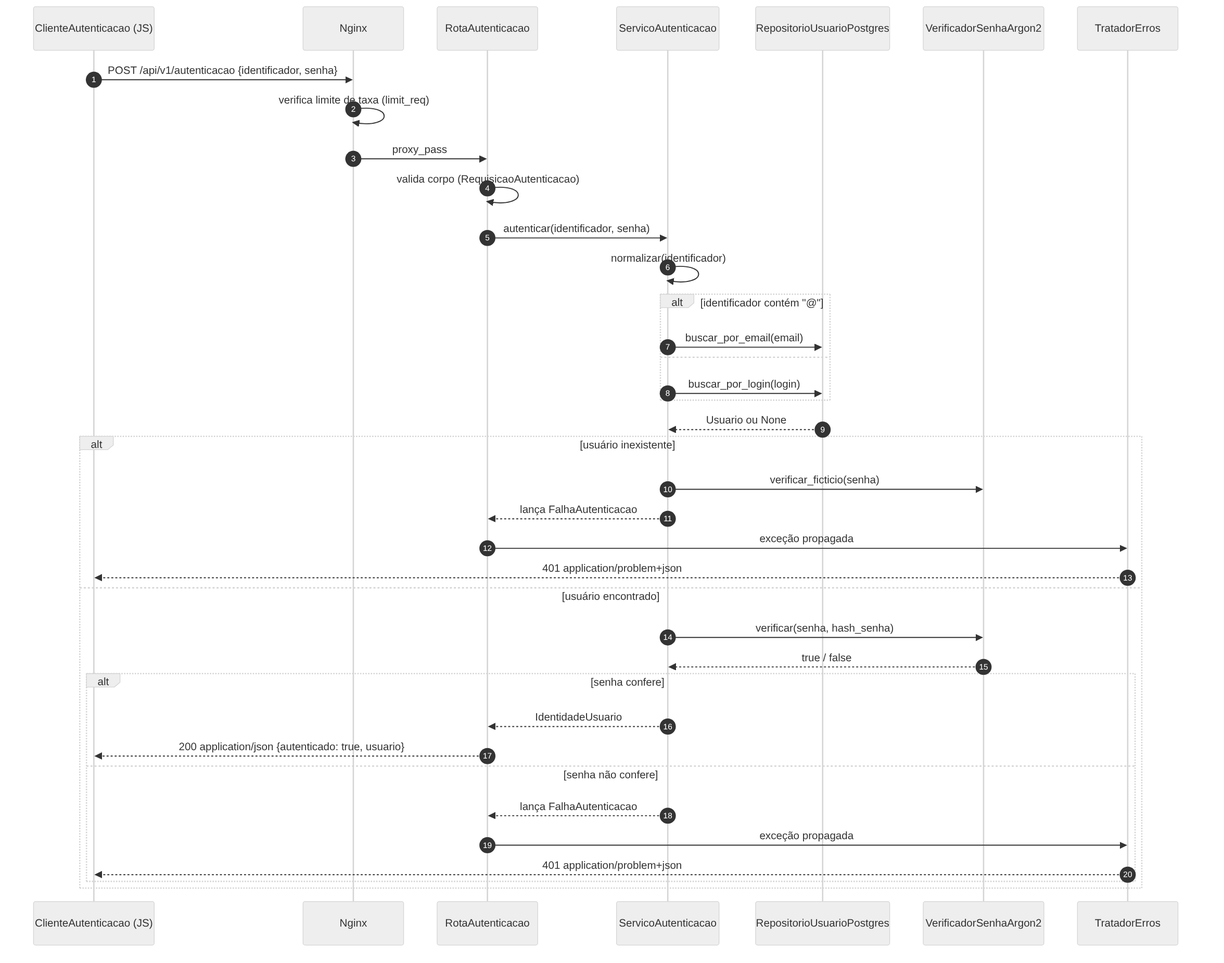
Earlier version of the Mermaid export docs/img/fig06-sequencia-autenticacao.png (jusouzn/software-web-autenticacao-ds-2026-2). Its source is kept beside it as docs/diagramas/fig06-sequencia-autenticacao.mmd. Its diagram source:
```mermaid
sequenceDiagram
  autonumber
  participant C as ClienteAutenticacao (JS)
  participant N as Nginx
  participant R as RotaAutenticacao
  participant S as ServicoAutenticacao
  participant RP as RepositorioUsuarioPostgres
  participant V as VerificadorSenhaArgon2
  participant T as TratadorErros
  C->>N: POST /api/v1/autenticacao {identificador, senha}
  N->>N: verifica limite de taxa (limit_req)
  N->>R: proxy_pass
  R->>R: valida corpo (RequisicaoAutenticacao)
  R->>S: autenticar(identificador, senha)
  S->>S: normalizar(identificador)
  alt identificador contém "@"
    S->>RP: buscar_por_email(email)
  else
    S->>RP: buscar_por_login(login)
  end
  RP-->>S: Usuario ou None
  alt usuário inexistente
    S->>V: verificar_ficticio(senha)
    S-->>R: lança FalhaAutenticacao
    R->>T: exceção propagada
    T-->>C: 401 application/problem+json
  else usuário encontrado
    S->>V: verificar(senha, hash_senha)
    V-->>S: true / false
    alt senha confere
      S-->>R: IdentidadeUsuario
      R-->>C: 200 application/json {autenticado: true, usuario}
    else senha não confere
      S-->>R: lança FalhaAutenticacao
      R->>T: exceção propagada
      T-->>C: 401 application/problem+json
    end
  end
```
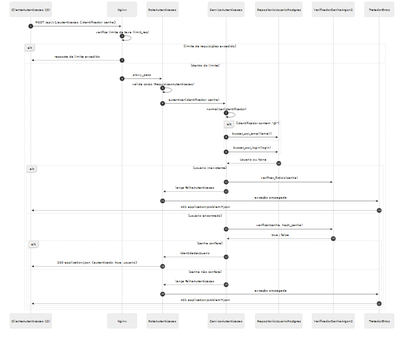
After the commit.

Commit message:
docs: inclui rejeição do nginx no fluxo de autenticação]

Change to the diagram source:
```diff
@@ -9,30 +9,34 @@
   participant T as TratadorErros
   C->>N: POST /api/v1/autenticacao {identificador, senha}
   N->>N: verifica limite de taxa (limit_req)
-  N->>R: proxy_pass
-  R->>R: valida corpo (RequisicaoAutenticacao)
-  R->>S: autenticar(identificador, senha)
-  S->>S: normalizar(identificador)
-  alt identificador contém "@"
-    S->>RP: buscar_por_email(email)
-  else
-    S->>RP: buscar_por_login(login)
-  end
-  RP-->>S: Usuario ou None
-  alt usuário inexistente
-    S->>V: verificar_ficticio(senha)
-    S-->>R: lança FalhaAutenticacao
-    R->>T: exceção propagada
-    T-->>C: 401 application/problem+json
-  else usuário encontrado
-    S->>V: verificar(senha, hash_senha)
-    V-->>S: true / false
-    alt senha confere
-      S-->>R: IdentidadeUsuario
-      R-->>C: 200 application/json {autenticado: true, usuario}
-    else senha não confere
+  alt limite de requisições excedido
+    N-->>C: resposta de limite excedido
+  else dentro do limite
+    N->>R: proxy_pass
+    R->>R: valida corpo (RequisicaoAutenticacao)
+    R->>S: autenticar(identificador, senha)
+    S->>S: normalizar(identificador)
+    alt identificador contém "@"
+      S->>RP: buscar_por_email(email)
+    else
+      S->>RP: buscar_por_login(login)
+    end
+    RP-->>S: Usuario ou None
+    alt usuário inexistente
+      S->>V: verificar_ficticio(senha)
       S-->>R: lança FalhaAutenticacao
       R->>T: exceção propagada
       T-->>C: 401 application/problem+json
+    else usuário encontrado
+      S->>V: verificar(senha, hash_senha)
+      V-->>S: true / false
+      alt senha confere
+        S-->>R: IdentidadeUsuario
+        R-->>C: 200 application/json {autenticado: true, usuario}
+      else senha não confere
+        S-->>R: lança FalhaAutenticacao
+        R->>T: exceção propagada
+        T-->>C: 401 application/problem+json
+      end
     end
   end
```
